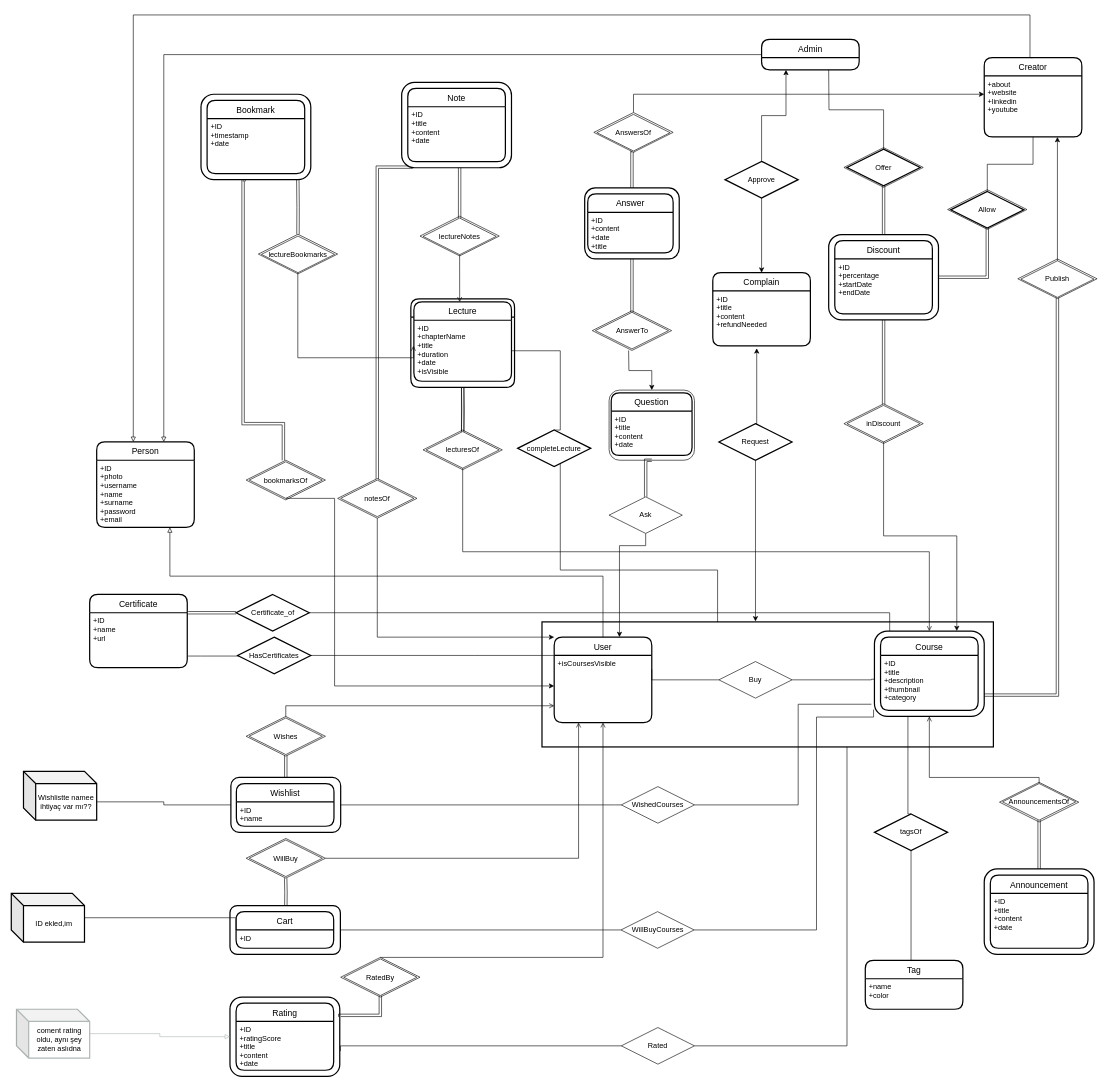
muratangin187/CS353-Project keeps this draw.io diagram as page "Page-2" (2 of 2) of ER.drawio. Above is the earlier version. Source tidied: cells renumbered, new cells numbered last; positions are measured from the earlier drawing's top-left corner, leaving out a move shared by most shapes. Both pictures are drawn from the tidied source at 61%, with x=0, y=0 at pixel (11, 15).
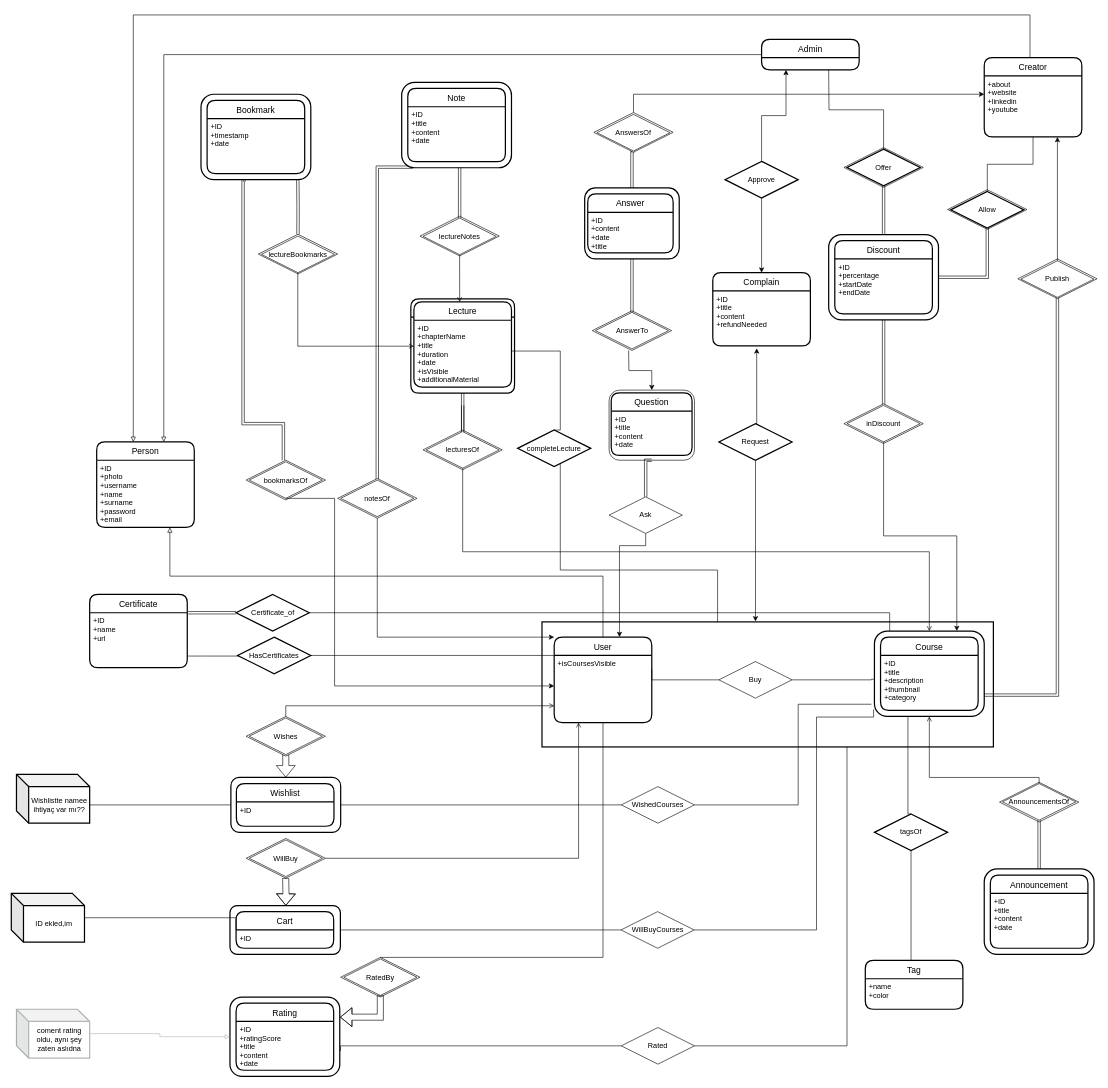
After the change.

The change refers to these unchanged cells:
```xml
<mxCell id="11" style="shape=rhombus;perimeter=rhombusPerimeter;whiteSpace=wrap;html=1;align=center;rounded=0;sketch=0;" parent="1" vertex="1">
  <mxGeometry x="540" y="1545" width="130" height="65" as="geometry" />
</mxCell>
<mxCell id="12" style="rounded=1;whiteSpace=wrap;html=1;strokeWidth=2;" parent="1" vertex="1">
  <mxGeometry x="358.5" y="1460" width="181" height="80" as="geometry" />
</mxCell>
<mxCell id="14" style="rounded=1;whiteSpace=wrap;html=1;strokeWidth=2;" parent="1" vertex="1">
  <mxGeometry x="360" y="1250" width="180" height="90" as="geometry" />
</mxCell>
<mxCell id="20" value="+isCoursesVisible" style="align=left;strokeColor=none;fillColor=none;spacingLeft=4;fontSize=12;verticalAlign=top;" parent="19" vertex="1">
  <mxGeometry y="30" width="160" height="110" as="geometry" />
</mxCell>
<mxCell id="34" value="Wishlist" style="swimlane;horizontal=1;startSize=30;rounded=1;fontSize=14;fontStyle=0;strokeWidth=2;shadow=0;dashed=0;align=center;" parent="1" vertex="1">
  <mxGeometry x="369" y="1260" width="160" height="70" as="geometry" />
</mxCell>
<mxCell id="39" value="Wishes" style="shape=rhombus;perimeter=rhombusPerimeter;whiteSpace=wrap;html=1;align=center;rounded=0;sketch=0;" parent="1" vertex="1">
  <mxGeometry x="390" y="1152.5" width="120" height="60" as="geometry" />
</mxCell>
<mxCell id="65" style="rounded=1;whiteSpace=wrap;html=1;shadow=0;glass=0;sketch=0;strokeWidth=2;gradientColor=none;" parent="1" vertex="1">
  <mxGeometry x="358.5" y="1610" width="180" height="130" as="geometry" />
</mxCell>
<mxCell id="69" value="RatedBy" style="shape=rhombus;perimeter=rhombusPerimeter;whiteSpace=wrap;html=1;align=center;rounded=0;sketch=0;" parent="1" vertex="1">
  <mxGeometry x="545" y="1547.5" width="120" height="60" as="geometry" />
</mxCell>
<mxCell id="77" value="lecturesOf" style="shape=rhombus;perimeter=rhombusPerimeter;whiteSpace=wrap;html=1;align=center;rounded=0;sketch=0;" parent="1" vertex="1">
  <mxGeometry x="680" y="683" width="120" height="60" as="geometry" />
</mxCell>
```

The edit, as a diff of the source:
```diff
@@
     <mxCell id="13" style="edgeStyle=orthogonalEdgeStyle;rounded=0;jettySize=auto;html=1;exitX=0;exitY=0.5;exitDx=0;exitDy=0;entryX=0;entryY=0;entryDx=120;entryDy=50;entryPerimeter=0;endArrow=none;endFill=0;" parent="1" edge="1" source="14" target="43">
-      <mxGeometry relative="1" as="geometry" />
+      <mxGeometry relative="1" as="geometry">
+        <Array as="points">
+          <mxPoint x="140" y="1295" />
+        </Array>
+      </mxGeometry>
     </mxCell>
@@
-    <mxCell id="35" value="+ID&#10;+name" style="align=left;strokeColor=none;fillColor=none;spacingLeft=4;fontSize=12;verticalAlign=top;" parent="34" vertex="1">
+    <mxCell id="35" value="+ID" style="align=left;strokeColor=none;fillColor=none;spacingLeft=4;fontSize=12;verticalAlign=top;" parent="34" vertex="1">
       <mxGeometry y="30" width="160" height="40" as="geometry" />
     </mxCell>
@@
-    <mxCell id="37" style="edgeStyle=orthogonalEdgeStyle;rounded=0;jettySize=auto;html=1;endArrow=open;endFill=0;entryX=0.5;entryY=0;entryDx=0;entryDy=0;shape=link;exitX=0.5;exitY=1;exitDx=0;exitDy=0;" parent="1" edge="1" source="39">
+    <mxCell id="37" style="edgeStyle=orthogonalEdgeStyle;rounded=0;jettySize=auto;html=1;endArrow=open;endFill=0;entryX=0.5;entryY=0;entryDx=0;entryDy=0;shape=flexArrow;exitX=0.5;exitY=1;exitDx=0;exitDy=0;" parent="1" edge="1" source="39">
       <mxGeometry relative="1" as="geometry">
         <mxPoint x="450" y="1250" as="targetPoint" />
       </mxGeometry>
     </mxCell>
@@
     <mxCell id="43" value="Wishlistte namee ihtiyaç var mı??" style="shape=cube;whiteSpace=wrap;html=1;boundedLbl=1;backgroundOutline=1;darkOpacity=0.05;darkOpacity2=0.1;strokeWidth=2;" parent="1" vertex="1">
-      <mxGeometry x="20" y="1240" width="120" height="80" as="geometry" />
+      <mxGeometry x="8.5" y="1245" width="120" height="80" as="geometry" />
     </mxCell>
@@
-    <mxCell id="49" style="edgeStyle=orthogonalEdgeStyle;rounded=0;jettySize=auto;html=1;endArrow=open;endFill=0;entryX=0.506;entryY=0.003;entryDx=0;entryDy=0;shape=link;exitX=0.5;exitY=1;exitDx=0;exitDy=0;entryPerimeter=0;" parent="1" edge="1" target="12">
+    <mxCell id="49" style="edgeStyle=orthogonalEdgeStyle;rounded=0;jettySize=auto;html=1;endArrow=open;endFill=0;entryX=0.506;entryY=0.003;entryDx=0;entryDy=0;shape=flexArrow;exitX=0.5;exitY=1;exitDx=0;exitDy=0;entryPerimeter=0;" parent="1" edge="1" target="12">
       <mxGeometry relative="1" as="geometry">
         <mxPoint x="449.8" y="1415" as="sourcePoint" />
       </mxGeometry>
     </mxCell>
@@
     <mxCell id="55" style="swimlane;horizontal=1;startSize=30;rounded=1;fontSize=14;fontStyle=0;strokeWidth=2;shadow=0;align=center;sketch=0;glass=0;" parent="1" vertex="1">
-      <mxGeometry x="655" y="465.5" width="170" height="145" as="geometry" />
+      <mxGeometry x="655" y="465.5" width="170" height="154.5" as="geometry" />
     </mxCell>
     <mxCell id="56" value="Lecture" style="swimlane;horizontal=1;startSize=30;rounded=1;fontSize=14;fontStyle=0;strokeWidth=2;shadow=0;align=center;sketch=0;glass=0;" parent="1" vertex="1">
-      <mxGeometry x="660" y="470.5" width="160" height="130" as="geometry" />
+      <mxGeometry x="660" y="470.5" width="160" height="139.5" as="geometry" />
     </mxCell>
-    <mxCell id="57" value="+ID&#10;+chapterName&#10;+title&#10;+duration&#10;+date&#10;+isVisible" style="align=left;strokeColor=none;fillColor=none;spacingLeft=4;fontSize=12;verticalAlign=top;" parent="56" vertex="1">
-      <mxGeometry y="30" width="160" height="100" as="geometry" />
+    <mxCell id="57" value="+ID&#10;+chapterName&#10;+title&#10;+duration&#10;+date&#10;+isVisible&#10;+additionalMaterial" style="align=left;strokeColor=none;fillColor=none;spacingLeft=4;fontSize=12;verticalAlign=top;" parent="56" vertex="1">
+      <mxGeometry y="30" width="160" height="109.5" as="geometry" />
     </mxCell>
@@
-    <mxCell id="68" style="edgeStyle=orthogonalEdgeStyle;rounded=0;jettySize=auto;html=1;endArrow=open;endFill=0;exitX=0.5;exitY=0;exitDx=0;exitDy=0;entryX=0.5;entryY=1;entryDx=0;entryDy=0;" parent="1" edge="1" source="11" target="20">
+    <mxCell id="68" style="edgeStyle=orthogonalEdgeStyle;rounded=0;jettySize=auto;html=1;endArrow=none;endFill=0;exitX=0.5;exitY=0;exitDx=0;exitDy=0;entryX=0.5;entryY=1;entryDx=0;entryDy=0;" parent="1" edge="1" source="11" target="20">
       <mxGeometry relative="1" as="geometry">
         <Array as="points">
           <mxPoint x="970" y="1545" />
         </Array>
       </mxGeometry>
     </mxCell>
@@
-    <mxCell id="70" style="edgeStyle=orthogonalEdgeStyle;rounded=0;jettySize=auto;html=1;endArrow=open;endFill=0;entryX=1;entryY=0.25;entryDx=0;entryDy=0;shape=link;exitX=0.5;exitY=1;exitDx=0;exitDy=0;" parent="1" edge="1" source="69" target="65">
+    <mxCell id="70" style="edgeStyle=orthogonalEdgeStyle;rounded=0;jettySize=auto;html=1;endArrow=open;endFill=0;shape=flexArrow;exitX=0.5;exitY=1;exitDx=0;exitDy=0;" parent="1" edge="1" source="69">
       <mxGeometry relative="1" as="geometry">
+        <mxPoint x="539" y="1643" as="targetPoint" />
         <Array as="points">
-          <mxPoint x="605" y="1640" />
+          <mxPoint x="605" y="1643" />
         </Array>
       </mxGeometry>
     </mxCell>
@@
     <mxCell id="78" style="edgeStyle=orthogonalEdgeStyle;rounded=0;orthogonalLoop=1;jettySize=auto;html=1;entryX=0.5;entryY=0;entryDx=0;entryDy=0;endArrow=none;endFill=0;shape=link;" parent="1" edge="1">
       <mxGeometry relative="1" as="geometry">
-        <mxPoint x="740" y="610.5" as="sourcePoint" />
+        <mxPoint x="740" y="640" as="sourcePoint" />
         <mxPoint x="740" y="683" as="targetPoint" />
       </mxGeometry>
     </mxCell>
@@
-    <mxCell id="98" style="edgeStyle=orthogonalEdgeStyle;rounded=0;jettySize=auto;html=1;endArrow=open;endFill=0;exitX=0.5;exitY=1;exitDx=0;exitDy=0;entryX=-0.005;entryY=0.42;entryDx=0;entryDy=0;entryPerimeter=0;" parent="1" edge="1" target="57">
+    <mxCell id="98" style="edgeStyle=orthogonalEdgeStyle;rounded=0;orthogonalLoop=1;jettySize=auto;html=1;endArrow=open;endFill=0;exitX=0.5;exitY=1;exitDx=0;exitDy=0;" parent="1" edge="1">
       <mxGeometry relative="1" as="geometry">
         <mxPoint x="469.7" y="422.5" as="sourcePoint" />
+        <mxPoint x="660" y="543" as="targetPoint" />
         <Array as="points">
-          <mxPoint x="470" y="562" />
-          <mxPoint x="659" y="562" />
+          <mxPoint x="470" y="543" />
         </Array>
       </mxGeometry>
     </mxCell>
@@
-    <mxCell id="116" style="edgeStyle=orthogonalEdgeStyle;shape=link;rounded=0;jettySize=auto;html=1;endArrow=classic;endFill=1;strokeColor=#000000;" parent="1" edge="1" target="77">
-      <mxGeometry relative="1" as="geometry">
-        <mxPoint x="740" y="610.5" as="sourcePoint" />
-      </mxGeometry>
+    <mxCell id="116" style="edgeStyle=orthogonalEdgeStyle;shape=link;rounded=0;jettySize=auto;html=1;endArrow=classic;endFill=1;strokeColor=#000000;exitX=0.5;exitY=1;exitDx=0;exitDy=0;" parent="1" edge="1" source="55" target="77">
+      <mxGeometry relative="1" as="geometry" />
     </mxCell>
```
